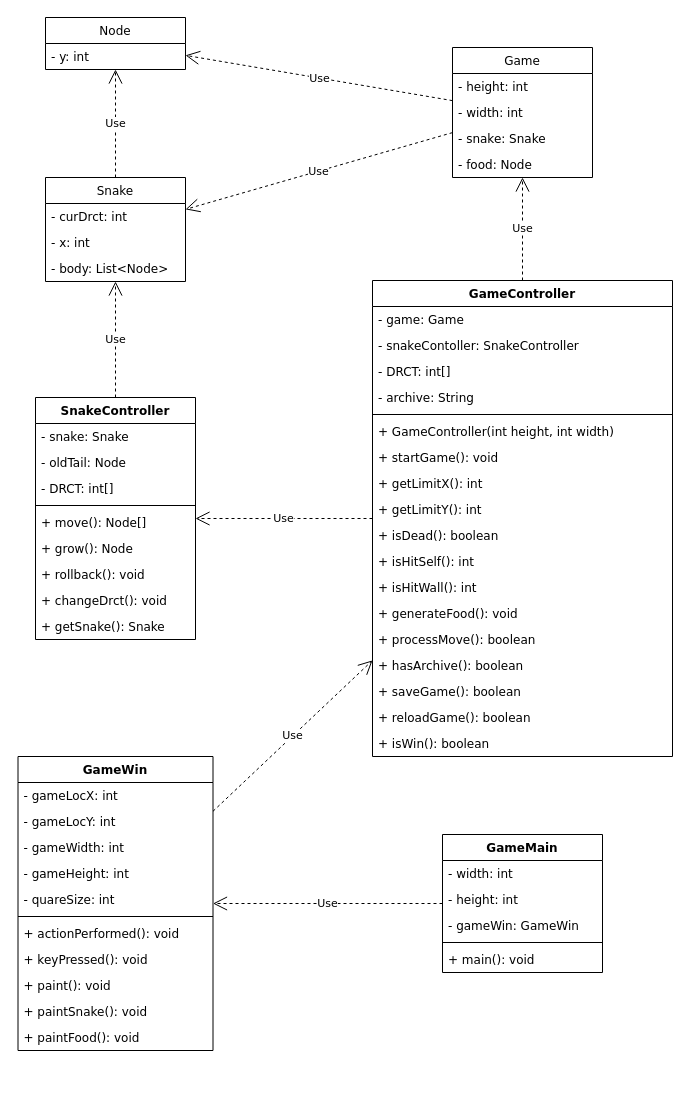
xinghyfish/snake keeps this draw.io diagram as out/production/snake/diagrams/class-diagram.drawio. Above is the earlier version. Source tidied: cells renumbered, new cells numbered last; positions are measured from the earlier drawing's top-left corner, leaving out a move shared by most shapes. Both pictures are drawn from the tidied source at 100%, with x=0, y=0 at pixel (18, 17).
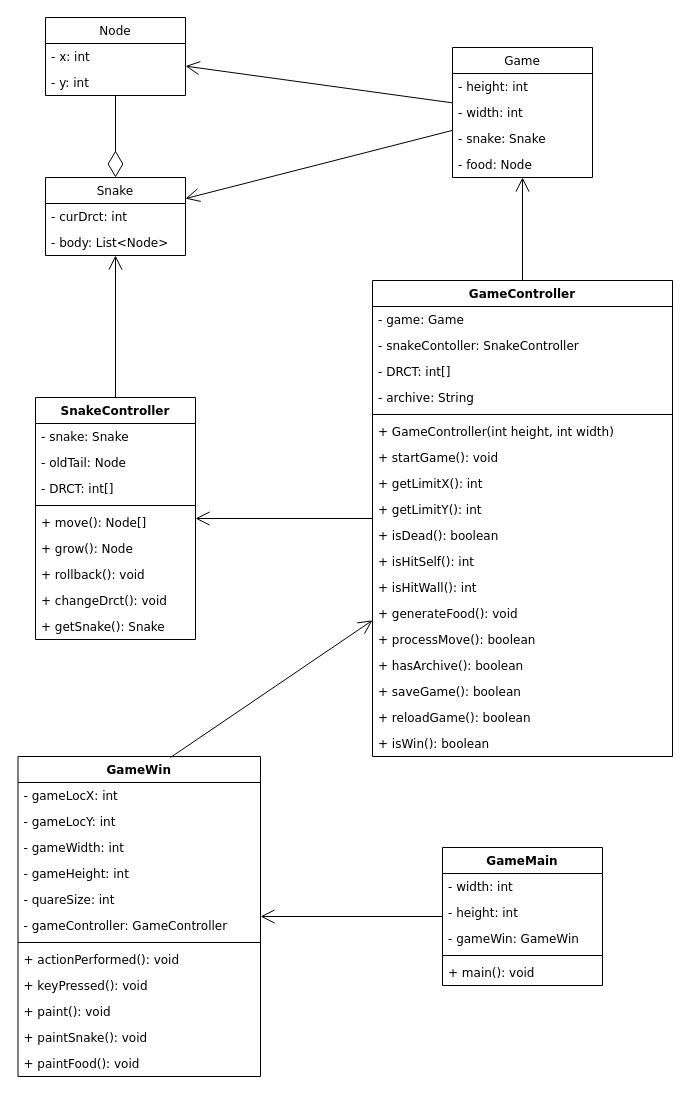
After the change.

Unchanged cells that the change refers to:
```xml
<mxCell id="9" value="Game" style="swimlane;fontStyle=0;horizontal=1;startSize=26;fillColor=none;fontFamily=Verdana;" parent="1" vertex="1">
  <mxGeometry x="434" y="30" width="140" height="130" as="geometry" />
</mxCell>
<mxCell id="16" value="SnakeController" style="swimlane;fontStyle=1;align=center;verticalAlign=top;horizontal=1;startSize=26;fontFamily=Verdana;" parent="1" vertex="1">
  <mxGeometry x="17" y="380" width="160" height="242" as="geometry" />
</mxCell>
<mxCell id="27" value="GameController" style="swimlane;fontStyle=1;align=center;verticalAlign=top;horizontal=1;startSize=26;fontFamily=Verdana;" parent="1" vertex="1">
  <mxGeometry x="354" y="263" width="300" height="476" as="geometry" />
</mxCell>
```

Diff of the diagram source:
```diff
@@
     <mxCell id="2" value="Node" style="swimlane;fontStyle=0;horizontal=1;startSize=26;fillColor=none;fontFamily=Verdana;" parent="1" vertex="1">
-      <mxGeometry x="27" width="140" height="52" as="geometry" />
+      <mxGeometry x="27" width="140" height="78" as="geometry" />
     </mxCell>
+    <mxCell id="6" value="- x: int" style="text;strokeColor=none;fillColor=none;align=left;verticalAlign=top;spacingLeft=4;spacingRight=4;overflow=hidden;fontFamily=Verdana;" parent="2" vertex="1">
+      <mxGeometry y="26" width="140" height="26" as="geometry" />
+    </mxCell>
     <mxCell id="3" value="- y: int" style="text;strokeColor=none;fillColor=none;align=left;verticalAlign=top;spacingLeft=4;spacingRight=4;overflow=hidden;fontFamily=Verdana;" parent="2" vertex="1">
-      <mxGeometry y="26" width="140" height="26" as="geometry" />
+      <mxGeometry y="52" width="140" height="26" as="geometry" />
     </mxCell>
     <mxCell id="4" value="Snake" style="swimlane;fontStyle=0;horizontal=1;startSize=26;fillColor=none;fontFamily=Verdana;" parent="1" vertex="1">
-      <mxGeometry x="27" y="160" width="140" height="104" as="geometry" />
+      <mxGeometry x="27" y="160" width="140" height="78" as="geometry" />
     </mxCell>
@@
-    <mxCell id="6" value="- x: int" style="text;strokeColor=none;fillColor=none;align=left;verticalAlign=top;spacingLeft=4;spacingRight=4;overflow=hidden;fontFamily=Verdana;" parent="4" vertex="1">
-      <mxGeometry y="52" width="140" height="26" as="geometry" />
-    </mxCell>
     <mxCell id="7" value="- body: List&lt;Node&gt;" style="text;strokeColor=none;fillColor=none;align=left;verticalAlign=top;spacingLeft=4;spacingRight=4;overflow=hidden;fontFamily=Verdana;" parent="4" vertex="1">
-      <mxGeometry y="78" width="140" height="26" as="geometry" />
+      <mxGeometry y="52" width="140" height="26" as="geometry" />
     </mxCell>
-    <mxCell id="8" value="Use" style="endArrow=open;endSize=12;dashed=1;html=1;rounded=0;fontFamily=Verdana;" parent="1" edge="1" source="4" target="2">
-      <mxGeometry relative="1" as="geometry" />
-    </mxCell>
@@
-    <mxCell id="14" value="Use" style="endArrow=open;endSize=12;dashed=1;html=1;rounded=0;fontFamily=Verdana;" parent="1" edge="1" source="9" target="2">
-      <mxGeometry relative="1" as="geometry" />
-    </mxCell>
-    <mxCell id="15" value="Use" style="endArrow=open;endSize=12;dashed=1;html=1;rounded=0;fontFamily=Verdana;" parent="1" edge="1" source="9" target="4">
-      <mxGeometry relative="1" as="geometry" />
-    </mxCell>
@@
-    <mxCell id="26" value="Use" style="endArrow=open;endSize=12;dashed=1;html=1;rounded=0;fontFamily=Verdana;" parent="1" edge="1" source="16" target="4">
-      <mxGeometry relative="1" as="geometry" />
-    </mxCell>
@@
-    <mxCell id="46" value="Use" style="endArrow=open;endSize=12;dashed=1;html=1;rounded=0;fontFamily=Verdana;" parent="1" edge="1" source="27" target="16">
-      <mxGeometry relative="1" as="geometry" />
-    </mxCell>
-    <mxCell id="47" value="Use" style="endArrow=open;endSize=12;dashed=1;html=1;rounded=0;fontFamily=Verdana;" parent="1" edge="1" source="27" target="9">
-      <mxGeometry relative="1" as="geometry" />
-    </mxCell>
     <mxCell id="48" value="GameWin" style="swimlane;fontStyle=1;align=center;verticalAlign=top;horizontal=1;startSize=26;fontFamily=Verdana;" parent="1" vertex="1">
-      <mxGeometry x="-0.5" y="739" width="195" height="294" as="geometry" />
+      <mxGeometry x="-0.5" y="739" width="242.5" height="320" as="geometry" />
     </mxCell>
     <mxCell id="49" value="- gameLocX: int" style="text;strokeColor=none;fillColor=none;align=left;verticalAlign=top;spacingLeft=4;spacingRight=4;overflow=hidden;fontFamily=Verdana;" parent="48" vertex="1">
-      <mxGeometry y="26" width="195" height="26" as="geometry" />
+      <mxGeometry y="26" width="242.5" height="26" as="geometry" />
     </mxCell>
     <mxCell id="50" value="- gameLocY: int" style="text;strokeColor=none;fillColor=none;align=left;verticalAlign=top;spacingLeft=4;spacingRight=4;overflow=hidden;fontFamily=Verdana;" parent="48" vertex="1">
-      <mxGeometry y="52" width="195" height="26" as="geometry" />
+      <mxGeometry y="52" width="242.5" height="26" as="geometry" />
     </mxCell>
     <mxCell id="51" value="- gameWidth: int" style="text;strokeColor=none;fillColor=none;align=left;verticalAlign=top;spacingLeft=4;spacingRight=4;overflow=hidden;fontFamily=Verdana;" parent="48" vertex="1">
-      <mxGeometry y="78" width="195" height="26" as="geometry" />
+      <mxGeometry y="78" width="242.5" height="26" as="geometry" />
     </mxCell>
     <mxCell id="52" value="- gameHeight: int" style="text;strokeColor=none;fillColor=none;align=left;verticalAlign=top;spacingLeft=4;spacingRight=4;overflow=hidden;fontFamily=Verdana;" parent="48" vertex="1">
-      <mxGeometry y="104" width="195" height="26" as="geometry" />
+      <mxGeometry y="104" width="242.5" height="26" as="geometry" />
     </mxCell>
     <mxCell id="53" value="- quareSize: int" style="text;strokeColor=none;fillColor=none;align=left;verticalAlign=top;spacingLeft=4;spacingRight=4;overflow=hidden;fontFamily=Verdana;" parent="48" vertex="1">
-      <mxGeometry y="130" width="195" height="26" as="geometry" />
+      <mxGeometry y="130" width="242.5" height="26" as="geometry" />
     </mxCell>
+    <mxCell id="68" value="- gameController: GameController" style="text;strokeColor=none;fillColor=none;align=left;verticalAlign=top;spacingLeft=4;spacingRight=4;overflow=hidden;fontFamily=Verdana;" parent="48" vertex="1">
+      <mxGeometry y="156" width="242.5" height="26" as="geometry" />
+    </mxCell>
     <mxCell id="54" style="line;strokeWidth=1;fillColor=none;align=left;verticalAlign=middle;spacingTop=-1;spacingLeft=3;spacingRight=3;labelPosition=right;fontFamily=Verdana;" parent="48" vertex="1">
-      <mxGeometry y="156" width="195" height="8" as="geometry" />
+      <mxGeometry y="182" width="242.5" height="8" as="geometry" />
     </mxCell>
     <mxCell id="55" value="+ actionPerformed(): void" style="text;strokeColor=none;fillColor=none;align=left;verticalAlign=top;spacingLeft=4;spacingRight=4;overflow=hidden;fontFamily=Verdana;" parent="48" vertex="1">
-      <mxGeometry y="164" width="195" height="26" as="geometry" />
+      <mxGeometry y="190" width="242.5" height="26" as="geometry" />
     </mxCell>
     <mxCell id="56" value="+ keyPressed(): void" style="text;strokeColor=none;fillColor=none;align=left;verticalAlign=top;spacingLeft=4;spacingRight=4;overflow=hidden;fontFamily=Verdana;" parent="48" vertex="1">
-      <mxGeometry y="190" width="195" height="26" as="geometry" />
+      <mxGeometry y="216" width="242.5" height="26" as="geometry" />
     </mxCell>
     <mxCell id="57" value="+ paint(): void" style="text;strokeColor=none;fillColor=none;align=left;verticalAlign=top;spacingLeft=4;spacingRight=4;overflow=hidden;fontFamily=Verdana;" parent="48" vertex="1">
-      <mxGeometry y="216" width="195" height="26" as="geometry" />
+      <mxGeometry y="242" width="242.5" height="26" as="geometry" />
     </mxCell>
     <mxCell id="58" value="+ paintSnake(): void" style="text;strokeColor=none;fillColor=none;align=left;verticalAlign=top;spacingLeft=4;spacingRight=4;overflow=hidden;fontFamily=Verdana;" parent="48" vertex="1">
-      <mxGeometry y="242" width="195" height="26" as="geometry" />
+      <mxGeometry y="268" width="242.5" height="26" as="geometry" />
     </mxCell>
     <mxCell id="59" value="+ paintFood(): void" style="text;strokeColor=none;fillColor=none;align=left;verticalAlign=top;spacingLeft=4;spacingRight=4;overflow=hidden;fontFamily=Verdana;" parent="48" vertex="1">
-      <mxGeometry y="268" width="195" height="26" as="geometry" />
+      <mxGeometry y="294" width="242.5" height="26" as="geometry" />
     </mxCell>
-    <mxCell id="60" value="Use" style="endArrow=open;endSize=12;dashed=1;html=1;rounded=0;fontFamily=Verdana;" parent="1" edge="1" source="48" target="27">
-      <mxGeometry relative="1" as="geometry" />
-    </mxCell>
     <mxCell id="61" value="GameMain" style="swimlane;fontStyle=1;align=center;verticalAlign=top;horizontal=1;startSize=26;fontFamily=Verdana;" parent="1" vertex="1">
-      <mxGeometry x="424" y="817" width="160" height="138" as="geometry" />
+      <mxGeometry x="424" y="830" width="160" height="138" as="geometry" />
     </mxCell>
@@
+    <mxCell id="69" style="endArrow=diamondThin;endFill=0;endSize=24;html=1;rounded=0;fontFamily=Verdana;" parent="1" edge="1" source="2" target="4">
+      <mxGeometry relative="1" as="geometry" />
+    </mxCell>
+    <mxCell id="14" style="endArrow=open;endFill=1;endSize=12;html=1;rounded=0;fontFamily=Verdana;" parent="1" edge="1" source="9" target="2">
+      <mxGeometry relative="1" as="geometry" />
+    </mxCell>
+    <mxCell id="15" style="endArrow=open;endFill=1;endSize=12;html=1;rounded=0;fontFamily=Verdana;" parent="1" edge="1" source="9" target="4">
+      <mxGeometry relative="1" as="geometry" />
+    </mxCell>
+    <mxCell id="47" style="endArrow=open;endFill=1;endSize=12;html=1;rounded=0;fontFamily=Verdana;" parent="1" edge="1" source="27" target="9">
+      <mxGeometry relative="1" as="geometry" />
+    </mxCell>
+    <mxCell id="26" style="endArrow=open;endFill=1;endSize=12;html=1;rounded=0;fontFamily=Verdana;" parent="1" edge="1" source="16" target="4">
+      <mxGeometry relative="1" as="geometry" />
+    </mxCell>
+    <mxCell id="46" style="endArrow=open;endFill=1;endSize=12;html=1;rounded=0;fontFamily=Verdana;" parent="1" edge="1" source="27" target="16">
+      <mxGeometry relative="1" as="geometry" />
+    </mxCell>
+    <mxCell id="60" style="endArrow=open;endFill=1;endSize=12;html=1;rounded=0;fontFamily=Verdana;exitX=0.629;exitY=0.003;exitDx=0;exitDy=0;exitPerimeter=0;" parent="1" edge="1" source="48" target="27">
+      <mxGeometry relative="1" as="geometry" />
+    </mxCell>
-    <mxCell id="67" value="Use" style="endArrow=open;endSize=12;dashed=1;html=1;rounded=0;fontFamily=Verdana;" parent="1" edge="1" source="61" target="48">
+    <mxCell id="67" style="endArrow=open;endFill=1;endSize=12;html=1;rounded=0;fontFamily=Verdana;" parent="1" edge="1" source="61" target="48">
       <mxGeometry relative="1" as="geometry" />
     </mxCell>
```
